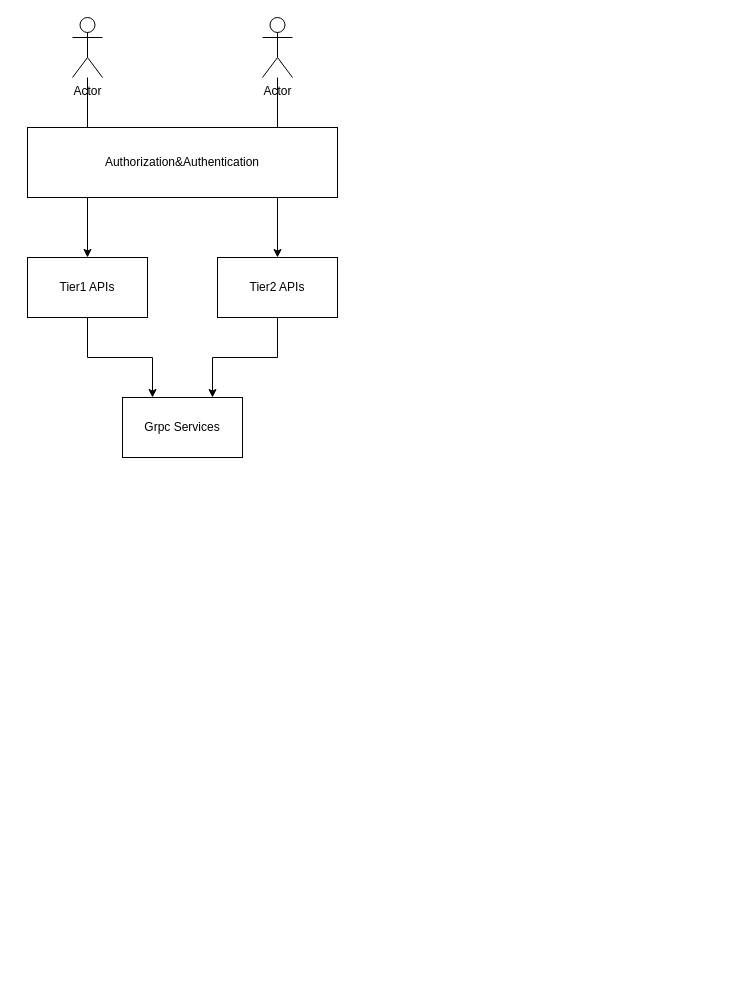
Before: API Downgrade.drawio in evagle/awesome, a draw.io diagram. Source tidied: cells renumbered, new cells numbered last; positions are measured from the earlier drawing's top-left corner, leaving out a move shared by most shapes. Both pictures are drawn from the tidied source at 100%, with x=0, y=0 at pixel (27, 17).
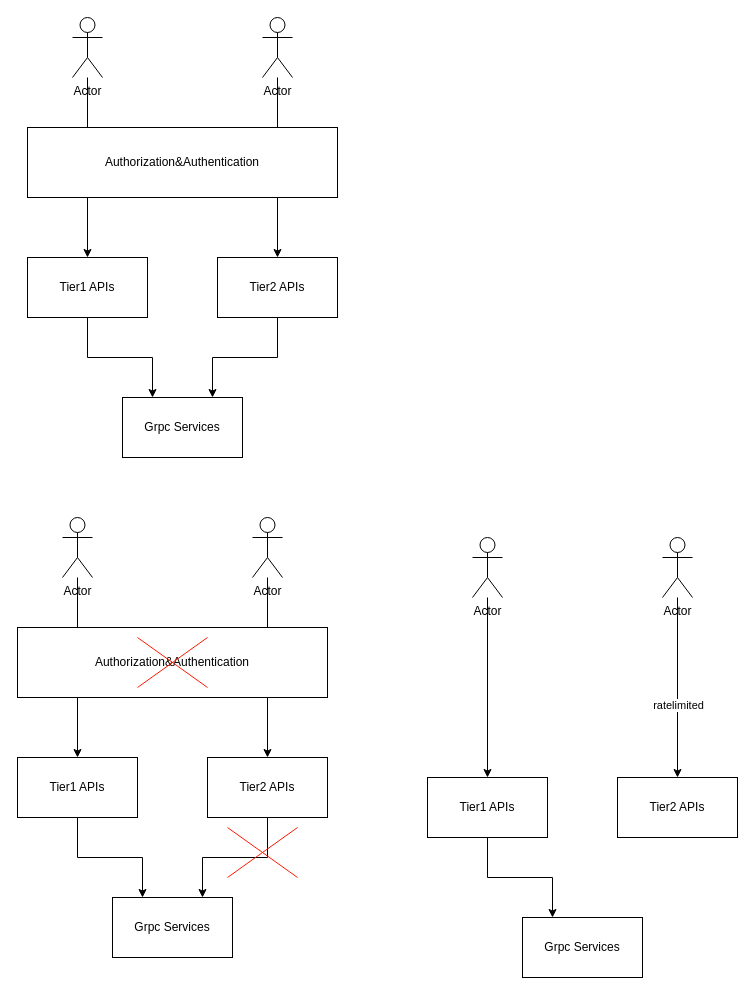
After the change.

Change to the diagram source:
```diff
@@
+    <mxCell id="12" style="edgeStyle=orthogonalEdgeStyle;rounded=0;jettySize=auto;html=1;exitX=0.5;exitY=1;exitDx=0;exitDy=0;entryX=0.25;entryY=0;entryDx=0;entryDy=0;" parent="1" edge="1" source="13" target="18">
+      <mxGeometry relative="1" as="geometry" />
+    </mxCell>
+    <mxCell id="13" value="Tier1 APIs" style="rounded=0;whiteSpace=wrap;html=1;" parent="1" vertex="1">
+      <mxGeometry x="-10" y="740" width="120" height="60" as="geometry" />
+    </mxCell>
+    <mxCell id="14" style="edgeStyle=orthogonalEdgeStyle;rounded=0;jettySize=auto;html=1;exitX=0.5;exitY=1;exitDx=0;exitDy=0;entryX=0.75;entryY=0;entryDx=0;entryDy=0;" parent="1" edge="1" source="15" target="18">
+      <mxGeometry relative="1" as="geometry" />
+    </mxCell>
+    <mxCell id="15" value="Tier2 APIs" style="rounded=0;whiteSpace=wrap;html=1;" parent="1" vertex="1">
+      <mxGeometry x="180" y="740" width="120" height="60" as="geometry" />
+    </mxCell>
+    <mxCell id="16" style="edgeStyle=orthogonalEdgeStyle;rounded=0;jettySize=auto;html=1;" parent="1" edge="1" source="17" target="13">
+      <mxGeometry relative="1" as="geometry" />
+    </mxCell>
+    <mxCell id="17" value="Actor" style="shape=umlActor;verticalLabelPosition=bottom;verticalAlign=top;html=1;outlineConnect=0;" parent="1" vertex="1">
+      <mxGeometry x="35" y="500" width="30" height="60" as="geometry" />
+    </mxCell>
+    <mxCell id="18" value="Grpc Services" style="rounded=0;whiteSpace=wrap;html=1;" parent="1" vertex="1">
+      <mxGeometry x="85" y="880" width="120" height="60" as="geometry" />
+    </mxCell>
+    <mxCell id="19" style="edgeStyle=orthogonalEdgeStyle;rounded=0;jettySize=auto;html=1;" parent="1" edge="1" source="20" target="15">
+      <mxGeometry relative="1" as="geometry" />
+    </mxCell>
+    <mxCell id="20" value="Actor" style="shape=umlActor;verticalLabelPosition=bottom;verticalAlign=top;html=1;outlineConnect=0;" parent="1" vertex="1">
+      <mxGeometry x="225" y="500" width="30" height="60" as="geometry" />
+    </mxCell>
+    <mxCell id="21" value="Authorization&amp;amp;Authentication" style="rounded=0;whiteSpace=wrap;html=1;" parent="1" vertex="1">
+      <mxGeometry x="-10" y="610" width="310" height="70" as="geometry" />
+    </mxCell>
+    <mxCell id="22" style="group;" parent="1" vertex="1">
+      <mxGeometry x="110" y="620" width="70" height="50" as="geometry" />
+    </mxCell>
+    <mxCell id="23" style="endArrow=none;html=1;rounded=0;strokeColor=#FF1900;" parent="22" edge="1">
+      <mxGeometry relative="1" as="geometry">
+        <mxPoint y="50" as="sourcePoint" />
+        <mxPoint x="70" as="targetPoint" />
+      </mxGeometry>
+    </mxCell>
+    <mxCell id="24" style="endArrow=none;html=1;rounded=0;strokeColor=#FF1900;" parent="22" edge="1">
+      <mxGeometry relative="1" as="geometry">
+        <mxPoint as="sourcePoint" />
+        <mxPoint x="70" y="50" as="targetPoint" />
+      </mxGeometry>
+    </mxCell>
+    <mxCell id="25" style="group;" parent="1" vertex="1">
+      <mxGeometry x="200" y="810" width="70" height="50" as="geometry" />
+    </mxCell>
+    <mxCell id="26" style="endArrow=none;html=1;rounded=0;strokeColor=#FF1900;" parent="25" edge="1">
+      <mxGeometry relative="1" as="geometry">
+        <mxPoint y="50" as="sourcePoint" />
+        <mxPoint x="70" as="targetPoint" />
+      </mxGeometry>
+    </mxCell>
+    <mxCell id="27" style="endArrow=none;html=1;rounded=0;strokeColor=#FF1900;" parent="25" edge="1">
+      <mxGeometry relative="1" as="geometry">
+        <mxPoint as="sourcePoint" />
+        <mxPoint x="70" y="50" as="targetPoint" />
+      </mxGeometry>
+    </mxCell>
+    <mxCell id="28" style="edgeStyle=orthogonalEdgeStyle;rounded=0;jettySize=auto;html=1;exitX=0.5;exitY=1;exitDx=0;exitDy=0;entryX=0.25;entryY=0;entryDx=0;entryDy=0;" parent="1" edge="1" source="29" target="33">
+      <mxGeometry relative="1" as="geometry" />
+    </mxCell>
+    <mxCell id="29" value="Tier1 APIs" style="rounded=0;whiteSpace=wrap;html=1;" parent="1" vertex="1">
+      <mxGeometry x="400" y="760" width="120" height="60" as="geometry" />
+    </mxCell>
+    <mxCell id="30" value="Tier2 APIs" style="rounded=0;whiteSpace=wrap;html=1;" parent="1" vertex="1">
+      <mxGeometry x="590" y="760" width="120" height="60" as="geometry" />
+    </mxCell>
+    <mxCell id="31" style="edgeStyle=orthogonalEdgeStyle;rounded=0;jettySize=auto;html=1;" parent="1" edge="1" source="32" target="29">
+      <mxGeometry relative="1" as="geometry" />
+    </mxCell>
+    <mxCell id="32" value="Actor" style="shape=umlActor;verticalLabelPosition=bottom;verticalAlign=top;html=1;outlineConnect=0;" parent="1" vertex="1">
+      <mxGeometry x="445" y="520" width="30" height="60" as="geometry" />
+    </mxCell>
+    <mxCell id="33" value="Grpc Services" style="rounded=0;whiteSpace=wrap;html=1;" parent="1" vertex="1">
+      <mxGeometry x="495" y="900" width="120" height="60" as="geometry" />
+    </mxCell>
+    <mxCell id="34" style="edgeStyle=orthogonalEdgeStyle;rounded=0;jettySize=auto;html=1;" parent="1" edge="1" source="36" target="30">
+      <mxGeometry relative="1" as="geometry" />
+    </mxCell>
+    <mxCell id="35" value="ratelimited" style="edgeLabel;html=1;align=center;verticalAlign=middle;" parent="34" vertex="1">
+      <mxGeometry x="0.18" relative="1" as="geometry">
+        <mxPoint y="1" as="offset" />
+      </mxGeometry>
+    </mxCell>
+    <mxCell id="36" value="Actor" style="shape=umlActor;verticalLabelPosition=bottom;verticalAlign=top;html=1;outlineConnect=0;" parent="1" vertex="1">
+      <mxGeometry x="635" y="520" width="30" height="60" as="geometry" />
+    </mxCell>
```
